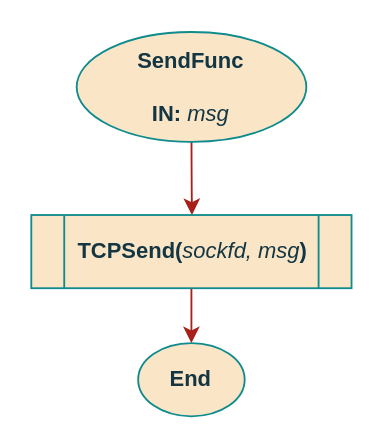
Before: page "sendFunc" (4 of 4) of documentation/flowcharts/02Classes/CTCPclient.drawio in ESRGgroup9/slipad, a draw.io diagram. Source tidied: cells renumbered, new cells numbered last; positions are measured from the earlier drawing's top-left corner, leaving out a move shared by most shapes. Both pictures are drawn from the tidied source at 183%, with x=0, y=0 at pixel (31, 31).
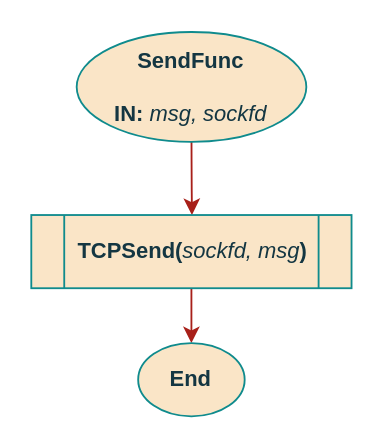
Above is the later version.

What changed in the source:
```diff
@@
 <mxGraphModel>
   <root>
     <mxCell id="0" />
     <mxCell id="1" parent="0" />
     <mxCell id="2" style="edgeStyle=orthogonalEdgeStyle;curved=0;rounded=1;sketch=0;jettySize=auto;html=1;exitX=0.5;exitY=1;exitDx=0;exitDy=0;entryX=0.5;entryY=0;entryDx=0;entryDy=0;fontColor=#143642;strokeColor=#A8201A;fillColor=#FAE5C7;" parent="1" edge="1" source="3">
       <mxGeometry relative="1" as="geometry">
         <mxPoint x="87.4" y="100" as="targetPoint" />
       </mxGeometry>
     </mxCell>
-    <mxCell id="3" value="&lt;div&gt;SendFunc&lt;/div&gt;&lt;div&gt;&lt;br&gt;&lt;/div&gt;&lt;div&gt;IN:&lt;i&gt; &lt;span style=&quot;font-weight: normal&quot;&gt;msg&lt;/span&gt;&lt;/i&gt;&lt;span style=&quot;font-weight: normal&quot;&gt;&lt;/span&gt;&lt;br&gt;&lt;/div&gt;" style="ellipse;whiteSpace=wrap;html=1;fillColor=#FAE5C7;strokeColor=#0F8B8D;fontColor=#143642;fontStyle=1;" parent="1" vertex="1">
+    <mxCell id="3" value="&lt;div&gt;SendFunc&lt;/div&gt;&lt;div&gt;&lt;br&gt;&lt;/div&gt;&lt;div&gt;IN:&lt;i&gt; &lt;span style=&quot;font-weight: normal&quot;&gt;msg, sockfd&lt;/span&gt;&lt;/i&gt;&lt;span style=&quot;font-weight: normal&quot;&gt;&lt;/span&gt;&lt;br&gt;&lt;/div&gt;" style="ellipse;whiteSpace=wrap;html=1;fillColor=#FAE5C7;strokeColor=#0F8B8D;fontColor=#143642;fontStyle=1;" parent="1" vertex="1">
       <mxGeometry x="24.4" width="125.5" height="60" as="geometry" />
     </mxCell>
     <mxCell id="4" style="edgeStyle=orthogonalEdgeStyle;curved=0;rounded=1;sketch=0;jettySize=auto;html=1;fontColor=#143642;strokeColor=#A8201A;fillColor=#FAE5C7;entryX=0.5;entryY=0;entryDx=0;entryDy=0;exitX=0.5;exitY=1;exitDx=0;exitDy=0;" parent="1" edge="1" source="5" target="6">
       <mxGeometry relative="1" as="geometry" />
     </mxCell>
     <mxCell id="5" value="&lt;b&gt;TCPSend(&lt;/b&gt;&lt;i&gt;sockfd, msg&lt;/i&gt;&lt;b&gt;)&lt;/b&gt;" style="shape=process;whiteSpace=wrap;html=1;backgroundOutline=1;rounded=0;sketch=0;fontColor=#143642;strokeColor=#0F8B8D;fillColor=#FAE5C7;" parent="1" vertex="1">
       <mxGeometry x="-0.4" y="100" width="175" height="40" as="geometry" />
     </mxCell>
     <mxCell id="6" value="End" style="ellipse;whiteSpace=wrap;html=1;fillColor=#FAE5C7;strokeColor=#0F8B8D;fontColor=#143642;fontStyle=1;" parent="1" vertex="1">
       <mxGeometry x="58" y="170" width="58.2" height="40" as="geometry" />
     </mxCell>
   </root>
 </mxGraphModel>
```
